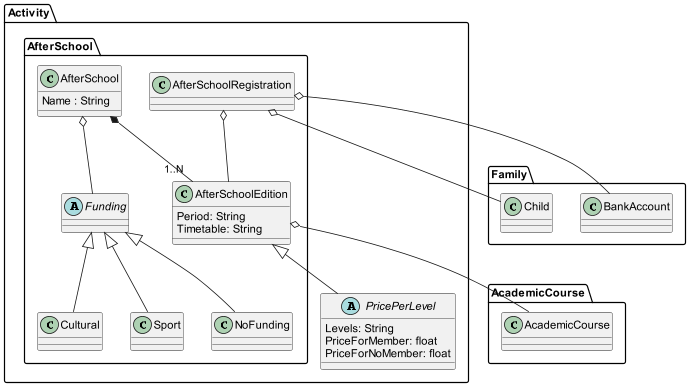
The PlantUML diagram doc/DomainModelDiagram/ActivityPackage/AfterSchool/AfterSchool.png in IgnacioMaestro/ampa-manager, before a commit. Its diagram source:
```plantuml
@startuml
package AcademicCourse{
  class AcademicCourse
}
package Activity{
    package AfterSchool{

        class AfterSchool{
            Name : String
        }
        class AfterSchoolEdition{
            Period: String
            Timetable: String
        }
        class AfterSchoolRegistration

        AfterSchool *-- "1..N" AfterSchoolEdition: ""
        AfterSchoolEdition o-- AcademicCourse

        AfterSchoolRegistration o-- AfterSchoolEdition

        abstract class Funding
        class Cultural
        class Sport
        class NoFunding
        Funding <|-- Cultural
        Funding <|-- Sport
        Funding <|-- NoFunding

          AfterSchool o-- Funding
    }
    abstract class PricePerLevel{
        Levels: String
        PriceForMember: float
        PriceForNoMember: float
    }

    AfterSchoolEdition <|-- PricePerLevel
}
package Family{
    class Child
    class BankAccount
}
AfterSchoolRegistration o-- Child
AfterSchoolRegistration o-- BankAccount

@enduml
```
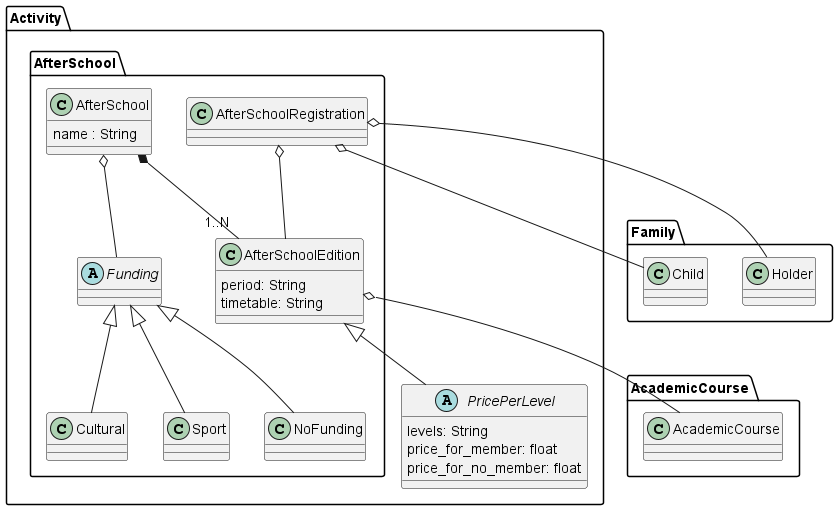
Later version of the same file.

Change to the diagram source:
```diff
@@ -6,11 +6,11 @@
     package AfterSchool{
 
         class AfterSchool{
-            Name : String
+            name : String
         }
         class AfterSchoolEdition{
-            Period: String
-            Timetable: String
+            period: String
+            timetable: String
         }
         class AfterSchoolRegistration
 
@@ -30,18 +30,18 @@
           AfterSchool o-- Funding
     }
     abstract class PricePerLevel{
-        Levels: String
-        PriceForMember: float
-        PriceForNoMember: float
+        levels: String
+        price_for_member: float
+        price_for_no_member: float
     }
 
     AfterSchoolEdition <|-- PricePerLevel
 }
 package Family{
     class Child
-    class BankAccount
+    class Holder
 }
 AfterSchoolRegistration o-- Child
-AfterSchoolRegistration o-- BankAccount
+AfterSchoolRegistration o-- Holder
 
 @enduml
```
